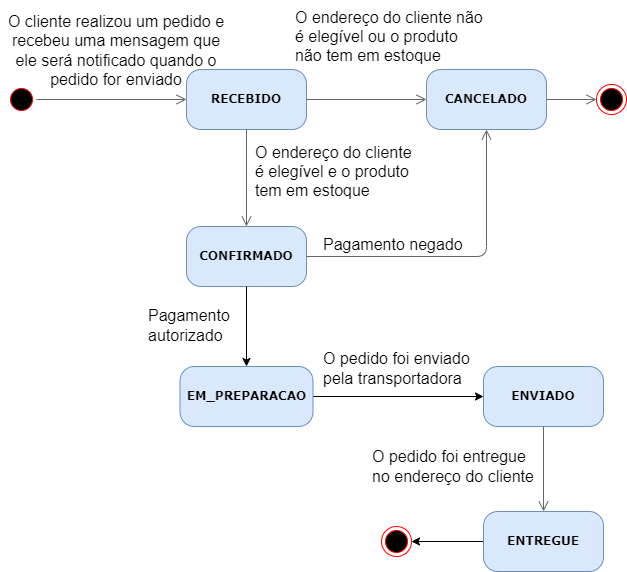
This is cap10/imagens/diagrama-maquina-estado-pedido.png from rpicanco/livro-eda, a draw.io export, as it was before one commit. Source tidied: cells renumbered, new cells last; positions are measured from the earlier drawing's top-left corner, leaving out a move shared by most shapes.
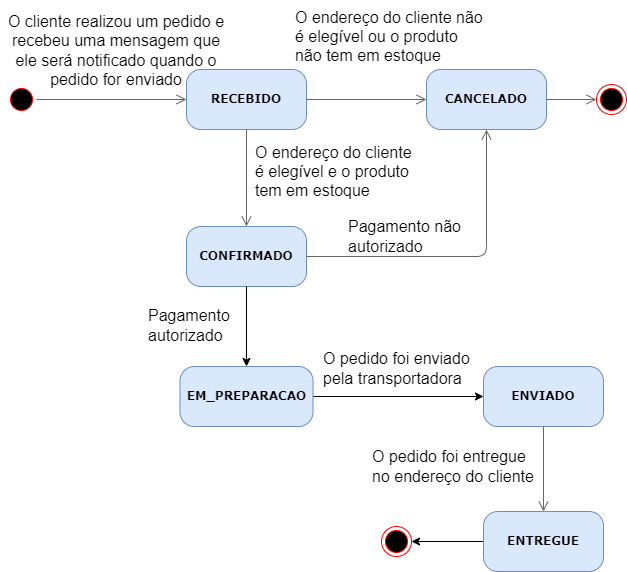
The same file after the commit.

Commit message:
atualizado o diagrama de máquina de estado

The edit, as a diff of the source:
```diff
@@ -66,9 +66,9 @@
     <mxCell id="21" style="endArrow=classic;html=1;rounded=0;exitX=0.5;exitY=1;exitDx=0;exitDy=0;entryX=0.5;entryY=0;entryDx=0;entryDy=0;" parent="1" edge="1" source="6" target="24">
       <mxGeometry relative="1" as="geometry" />
     </mxCell>
-    <mxCell id="22" value="&lt;span style=&quot;font-size: 16px;&quot;&gt;Pagamento negado&lt;/span&gt;" style="text;html=1;strokeColor=none;fillColor=none;align=left;verticalAlign=middle;whiteSpace=wrap;rounded=0;" parent="1" vertex="1">
-      <mxGeometry x="321" y="224" width="150" height="40" as="geometry" />
-    </mxCell>
+    <mxCell id="27" value="&lt;span style=&quot;font-size: 16px;&quot;&gt;Pagamento não autorizado&lt;/span&gt;" style="text;html=1;strokeColor=none;fillColor=none;align=left;verticalAlign=middle;whiteSpace=wrap;rounded=0;" parent="1" vertex="1">
+      <mxGeometry x="346" y="216" width="117.5" height="40" as="geometry" />
+    </mxCell>
     <mxCell id="23" style="edgeStyle=orthogonalEdgeStyle;rounded=0;jettySize=auto;html=1;exitX=1;exitY=0.5;exitDx=0;exitDy=0;entryX=0;entryY=0.5;entryDx=0;entryDy=0;" parent="1" edge="1" source="24" target="10">
       <mxGeometry relative="1" as="geometry" />
     </mxCell>
```
